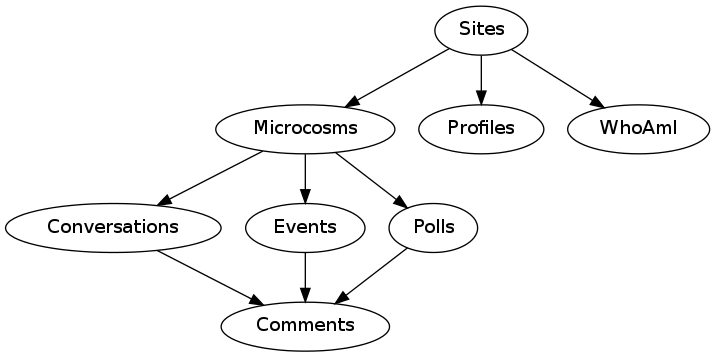
Above: img/flow.png in microcosm-collective/microcosm-docs (Graphviz), before the change. Its source is kept beside it as flow.dot.
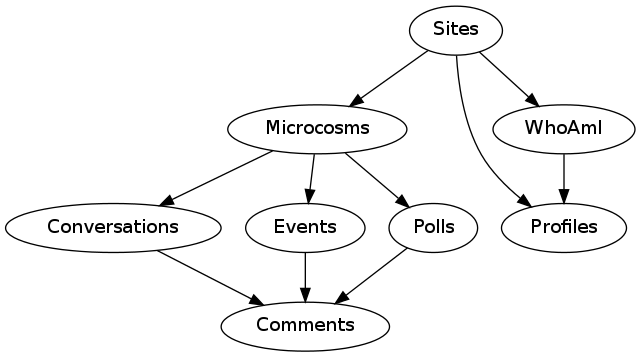
The same file after the commit.

Commit message:
Updated diagram to reflect that WhoAmI redirects to Profiles

The edit, as a diff of the source:
```diff
@@ -8,4 +8,5 @@
 	Conversations -> Comments;
 	Events -> Comments;
 	Polls -> Comments;
+	WhoAmI -> Profiles;
 }
```
